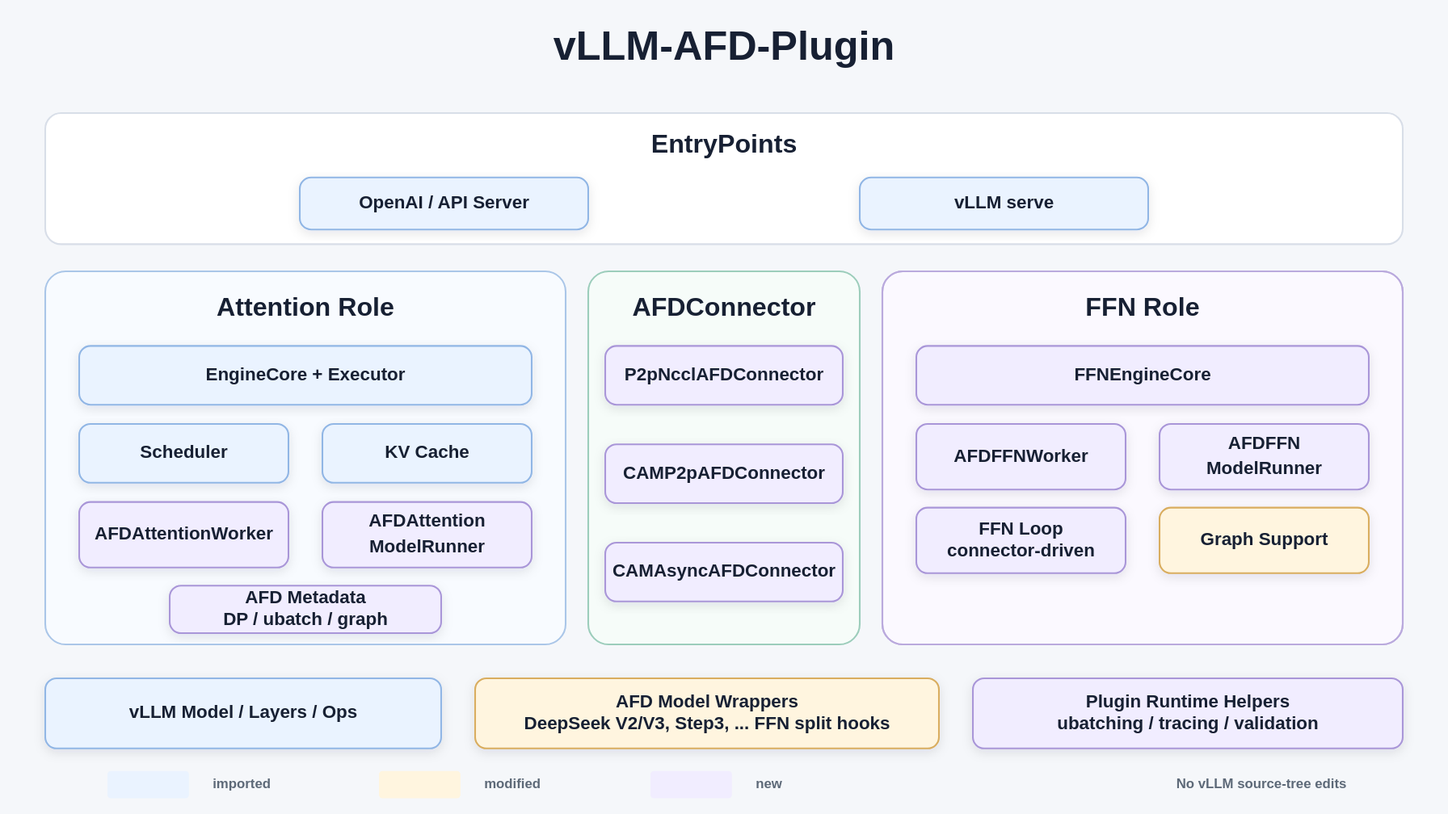
Above: docs/assets/vllm-afd-plugin-architecture.svg in JiusiServe/afd-plugin (draw.io), before the change. Source tidied: cells renumbered, new cells last; positions are measured from the earlier drawing's top-left corner, leaving out a move shared by most shapes.
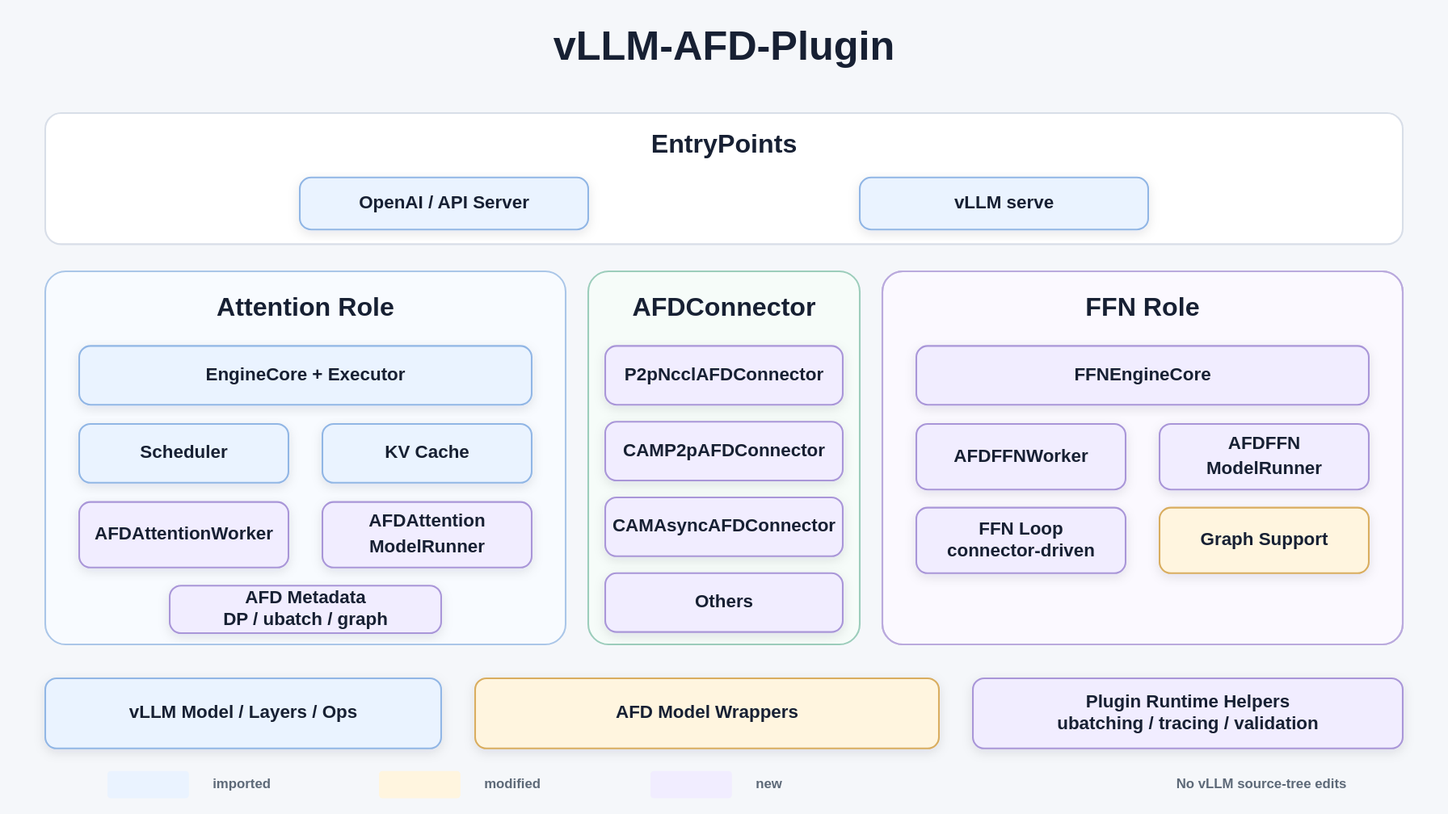
The same diagram one commit later.

Commit message:
docs: add connector extension placeholder

What changed in the source:
```diff
@@ -77,7 +77,7 @@
     <mxCell id="26" value="vLLM Model / Layers / Ops" style="rounded=1;arcSize=10;whiteSpace=wrap;html=1;fillColor=#eaf3ff;strokeColor=#91b6e5;strokeWidth=1.5;fontSize=16;fontStyle=1;fontColor=#172033;align=center;verticalAlign=middle;" parent="1" vertex="1">
       <mxGeometry x="40" y="600" width="350" height="62" as="geometry" />
     </mxCell>
-    <mxCell id="27" value="AFD Model Wrappers&lt;br&gt;DeepSeek V2/V3, Step3, ... FFN split hooks" style="rounded=1;arcSize=10;whiteSpace=wrap;html=1;fillColor=#fff5df;strokeColor=#d9ad5f;strokeWidth=1.5;fontSize=16;fontStyle=1;fontColor=#172033;align=center;verticalAlign=middle;spacingTop=0;spacingBottom=0;" parent="1" vertex="1">
+    <mxCell id="27" value="AFD Model Wrappers" style="rounded=1;arcSize=10;whiteSpace=wrap;html=1;fillColor=#fff5df;strokeColor=#d9ad5f;strokeWidth=1.5;fontSize=16;fontStyle=1;fontColor=#172033;align=center;verticalAlign=middle;spacingTop=0;spacingBottom=0;" parent="1" vertex="1">
       <mxGeometry x="420" y="600" width="410" height="62" as="geometry" />
     </mxCell>
     <mxCell id="28" value="Plugin Runtime Helpers&lt;br&gt;ubatching / tracing / validation" style="rounded=1;arcSize=10;whiteSpace=wrap;html=1;fillColor=#f1edff;strokeColor=#a996d8;strokeWidth=1.5;fontSize=16;fontStyle=1;fontColor=#172033;align=center;verticalAlign=middle;spacingTop=0;spacingBottom=0;" parent="1" vertex="1">
@@ -87,11 +87,14 @@
       <mxGeometry x="535" y="306" width="210" height="52" as="geometry" />
     </mxCell>
     <mxCell id="30" value="CAMP2pAFDConnector" style="rounded=1;arcSize=10;whiteSpace=wrap;html=1;fillColor=#f1edff;strokeColor=#a996d8;strokeWidth=1.5;fontSize=16;fontStyle=1;fontColor=#172033;align=center;verticalAlign=middle;" parent="1" vertex="1">
-      <mxGeometry x="535" y="393" width="210" height="52" as="geometry" />
+      <mxGeometry x="535" y="373" width="210" height="52" as="geometry" />
     </mxCell>
     <mxCell id="31" value="CAMAsyncAFDConnector" style="rounded=1;arcSize=10;whiteSpace=wrap;html=1;fillColor=#f1edff;strokeColor=#a996d8;strokeWidth=1.5;fontSize=16;fontStyle=1;fontColor=#172033;align=center;verticalAlign=middle;" parent="1" vertex="1">
-      <mxGeometry x="535" y="480" width="210" height="52" as="geometry" />
+      <mxGeometry x="535" y="440" width="210" height="52" as="geometry" />
     </mxCell>
+    <mxCell id="39" value="Others" style="rounded=1;arcSize=10;whiteSpace=wrap;html=1;fillColor=#f1edff;strokeColor=#a996d8;strokeWidth=1.5;fontSize=16;fontStyle=1;fontColor=#172033;align=center;verticalAlign=middle;" parent="1" vertex="1">
+      <mxGeometry x="535" y="507" width="210" height="52" as="geometry" />
+    </mxCell>
     <mxCell id="32" style="rounded=0;whiteSpace=wrap;html=1;fillColor=#eaf3ff;strokeColor=none;" parent="1" vertex="1">
       <mxGeometry x="95" y="682" width="72" height="24" as="geometry" />
     </mxCell>
```
